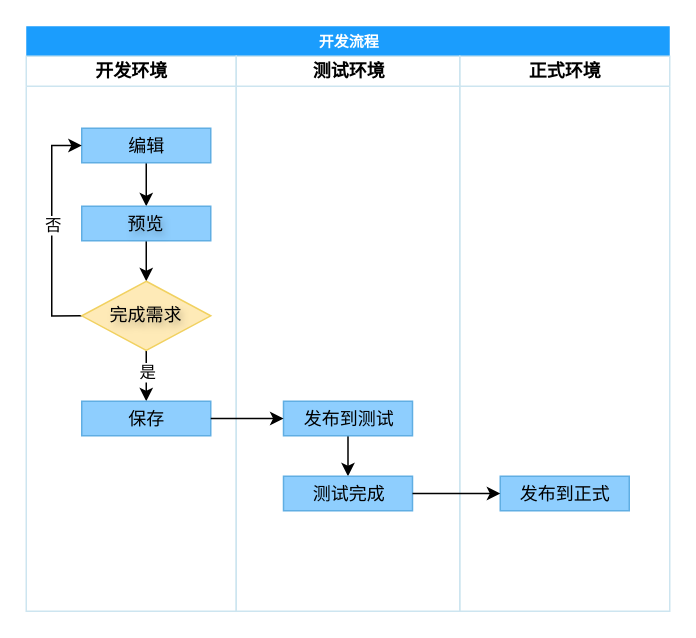
This is flow.drawio from ning2090/flow, a draw.io file, before an edit. Source tidied: cells renumbered, new cells numbered last; positions are measured from the earlier drawing's top-left corner, leaving out a move shared by most shapes. Both pictures are drawn from the tidied source at 150%, with x=0, y=0 at pixel (26, 26).
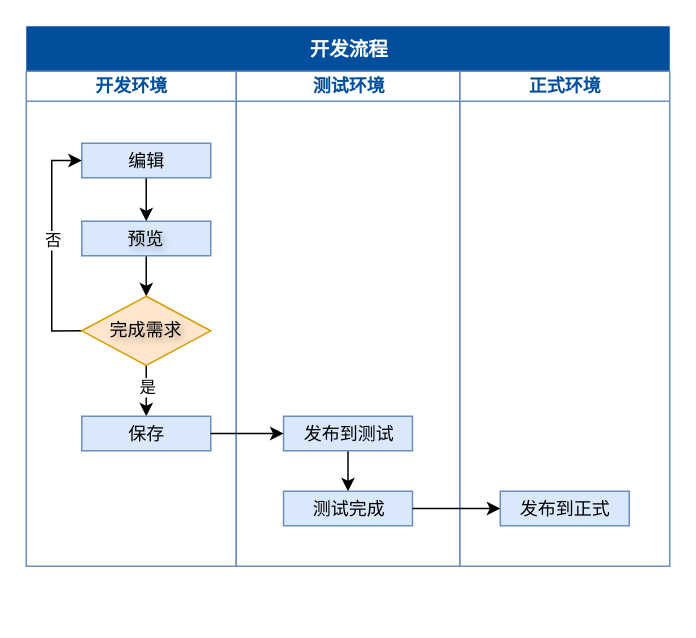
Above is the later version.

The edit, as a diff of the source:
```diff
@@
-    <mxCell id="2" value="&lt;font color=&quot;#ffffff&quot; style=&quot;font-size: 10px;&quot;&gt;开发流程&lt;/font&gt;" style="swimlane;html=1;startSize=20;rounded=0;shadow=0;labelBackgroundColor=none;strokeWidth=1;fontFamily=Verdana;fontSize=8;align=center;fillColor=#1b9dfd;strokeColor=none;swimlaneFillColor=default;" parent="1" vertex="1">
-      <mxGeometry width="429" height="390" as="geometry" />
+    <mxCell id="2" value="&lt;font color=&quot;#ffffff&quot; style=&quot;font-size: 13px;&quot;&gt;开发流程&lt;/font&gt;" style="swimlane;html=1;startSize=30;rounded=0;shadow=0;labelBackgroundColor=none;strokeWidth=1;fontFamily=Verdana;fontSize=8;align=center;fillColor=#014f9c;strokeColor=none;swimlaneFillColor=default;" parent="1" vertex="1">
+      <mxGeometry width="429" height="360" as="geometry" />
     </mxCell>
-    <mxCell id="3" value="&lt;font style=&quot;font-size: 12px;&quot;&gt;开发环境&lt;/font&gt;" style="swimlane;html=1;startSize=20;fillColor=default;fontColor=#000000;strokeColor=#CDE5F0;" parent="2" vertex="1">
-      <mxGeometry y="20" width="140" height="370" as="geometry" />
+    <mxCell id="3" value="&lt;font style=&quot;font-size: 12px;&quot;&gt;开发环境&lt;/font&gt;" style="swimlane;html=1;startSize=20;fillColor=default;fontColor=#014F9C;strokeColor=#6C8EBF;fontStyle=1;" parent="2" vertex="1">
+      <mxGeometry y="30" width="140" height="330" as="geometry" />
     </mxCell>
@@
-    <mxCell id="5" value="&lt;font style=&quot;font-size: 12px;&quot;&gt;编辑&lt;/font&gt;" style="rounded=0;html=1;shadow=0;labelBackgroundColor=none;strokeWidth=1;fontFamily=Verdana;fontSize=12;align=center;strokeColor=#60aee3;fillColor=#8ecefe;fontColor=#000000;" parent="3" vertex="1">
+    <mxCell id="5" value="&lt;font style=&quot;font-size: 12px;&quot;&gt;编辑&lt;/font&gt;" style="rounded=0;html=1;shadow=0;labelBackgroundColor=none;strokeWidth=1;fontFamily=Verdana;fontSize=12;align=center;strokeColor=#6c8ebf;fillColor=#dae8fc;" parent="3" vertex="1">
       <mxGeometry x="37" y="48" width="86" height="23" as="geometry" />
     </mxCell>
@@
-    <mxCell id="7" value="&lt;font style=&quot;font-size: 12px;&quot;&gt;预览&lt;/font&gt;" style="rounded=0;whiteSpace=wrap;html=1;shadow=0;labelBackgroundColor=none;strokeWidth=1;fontFamily=Verdana;fontSize=12;align=center;glass=0;strokeColor=#60AEE3;fillColor=#8ECEFE;textShadow=1;fontColor=#000000;" parent="3" vertex="1">
+    <mxCell id="7" value="&lt;font style=&quot;font-size: 12px;&quot;&gt;预览&lt;/font&gt;" style="rounded=0;whiteSpace=wrap;html=1;shadow=0;labelBackgroundColor=none;strokeWidth=1;fontFamily=Verdana;fontSize=12;align=center;glass=0;strokeColor=#6c8ebf;fillColor=#dae8fc;textShadow=1;" parent="3" vertex="1">
       <mxGeometry x="37" y="100" width="86" height="23" as="geometry" />
     </mxCell>
@@
-    <mxCell id="12" value="&lt;font style=&quot;font-size: 12px;&quot;&gt;完成需求&lt;/font&gt;" style="rhombus;whiteSpace=wrap;html=1;rounded=0;shadow=0;labelBackgroundColor=none;strokeWidth=1;fontFamily=Verdana;fontSize=12;align=center;strokeColor=#f1d160;fillColor=#feeab7;textShadow=1;fontColor=#000000;" parent="3" vertex="1">
+    <mxCell id="12" value="&lt;font style=&quot;font-size: 12px;&quot;&gt;完成需求&lt;/font&gt;" style="rhombus;whiteSpace=wrap;html=1;rounded=0;shadow=0;labelBackgroundColor=none;strokeWidth=1;fontFamily=Verdana;fontSize=12;align=center;strokeColor=#d79b00;fillColor=#ffe6cc;textShadow=1;" parent="3" vertex="1">
       <mxGeometry x="37" y="150" width="86" height="46.1" as="geometry" />
     </mxCell>
-    <mxCell id="13" value="&lt;font style=&quot;font-size: 12px;&quot;&gt;保存&lt;/font&gt;" style="rounded=0;html=1;shadow=0;labelBackgroundColor=none;strokeWidth=1;fontFamily=Verdana;fontSize=12;align=center;strokeColor=#60AEE3;fillColor=#8ECEFE;fontColor=#000000;" parent="3" vertex="1">
+    <mxCell id="13" value="&lt;font style=&quot;font-size: 12px;&quot;&gt;保存&lt;/font&gt;" style="rounded=0;html=1;shadow=0;labelBackgroundColor=none;strokeWidth=1;fontFamily=Verdana;fontSize=12;align=center;strokeColor=#6c8ebf;fillColor=#dae8fc;" parent="3" vertex="1">
       <mxGeometry x="37" y="230" width="86" height="23" as="geometry" />
     </mxCell>
-    <mxCell id="14" value="测试环境" style="swimlane;html=1;startSize=20;fillColor=none;fontColor=#000000;strokeColor=#CDE5F0;" parent="2" vertex="1">
-      <mxGeometry x="140" y="20" width="149" height="370" as="geometry" />
+    <mxCell id="14" value="测试环境" style="swimlane;html=1;startSize=20;fillColor=none;fontColor=#014F9C;strokeColor=#6C8EBF;" parent="2" vertex="1">
+      <mxGeometry x="140" y="30" width="149" height="330" as="geometry" />
     </mxCell>
@@
-    <mxCell id="16" value="发布到测试" style="rounded=0;html=1;shadow=0;labelBackgroundColor=none;strokeWidth=1;fontFamily=Verdana;fontSize=12;align=center;strokeColor=#60AEE3;fillColor=#8ECEFE;fontColor=#000000;" parent="14" vertex="1">
+    <mxCell id="16" value="发布到测试" style="rounded=0;html=1;shadow=0;labelBackgroundColor=none;strokeWidth=1;fontFamily=Verdana;fontSize=12;align=center;strokeColor=#6c8ebf;fillColor=#dae8fc;" parent="14" vertex="1">
       <mxGeometry x="31.5" y="230" width="86" height="23" as="geometry" />
     </mxCell>
-    <mxCell id="17" value="测试完成" style="rounded=0;html=1;shadow=0;labelBackgroundColor=none;strokeWidth=1;fontFamily=Verdana;fontSize=12;align=center;strokeColor=#60AEE3;fillColor=#8ECEFE;fontColor=#000000;" parent="14" vertex="1">
+    <mxCell id="17" value="测试完成" style="rounded=0;html=1;shadow=0;labelBackgroundColor=none;strokeWidth=1;fontFamily=Verdana;fontSize=12;align=center;strokeColor=#6c8ebf;fillColor=#dae8fc;" parent="14" vertex="1">
       <mxGeometry x="31.5" y="280" width="86" height="23" as="geometry" />
     </mxCell>
-    <mxCell id="18" value="正式环境" style="swimlane;html=1;startSize=20;fillColor=none;fontColor=#000000;strokeColor=#CDE5F0;" parent="2" vertex="1">
-      <mxGeometry x="289" y="20" width="140" height="370" as="geometry" />
+    <mxCell id="18" value="正式环境" style="swimlane;html=1;startSize=20;fillColor=none;fontColor=#014F9C;strokeColor=#6C8EBF;" parent="2" vertex="1">
+      <mxGeometry x="289" y="30" width="140" height="330" as="geometry" />
     </mxCell>
-    <mxCell id="19" value="发布到正式" style="rounded=0;html=1;shadow=0;labelBackgroundColor=none;strokeWidth=1;fontFamily=Verdana;fontSize=12;align=center;strokeColor=#60AEE3;fillColor=#8ECEFE;fontColor=#000000;" parent="18" vertex="1">
+    <mxCell id="19" value="发布到正式" style="rounded=0;html=1;shadow=0;labelBackgroundColor=none;strokeWidth=1;fontFamily=Verdana;fontSize=12;align=center;strokeColor=#6c8ebf;fillColor=#dae8fc;" parent="18" vertex="1">
       <mxGeometry x="27" y="280" width="86" height="23" as="geometry" />
     </mxCell>
```
